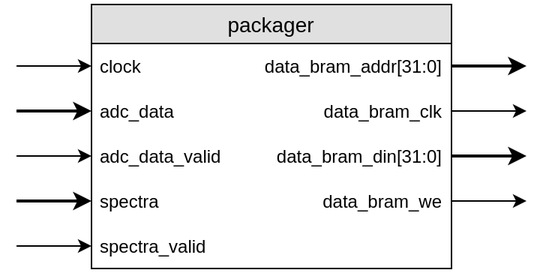
Earlier version of the draw.io export Report/Diploma/images/packager.png (gra98rus/Stand-for-Calorimeter-Crystal). Source tidied: cells renumbered, new cells last; positions are measured from the earlier drawing's top-left corner, leaving out a move shared by most shapes. Source of this version:
```xml
<mxGraphModel>
  <root>
    <mxCell id="0" />
    <mxCell id="1" parent="0" />
    <mxCell id="2" value="packager" style="swimlane;fontStyle=0;horizontal=1;startSize=26;fillColor=#e0e0e0;swimlaneFillColor=#ffffff;align=center;fontSize=14;rounded=0;shadow=0;glass=0;comic=0;strokeColor=#000000;html=0;" parent="1" vertex="1">
      <mxGeometry x="50" width="240" height="176" as="geometry" />
    </mxCell>
    <mxCell id="3" value="data_bram_addr[31:0]" style="shape=partialRectangle;top=0;left=0;right=0;bottom=1;align=right;verticalAlign=middle;fillColor=none;spacingLeft=34;spacingRight=4;overflow=hidden;points=[[0,0.5],[1,0.5]];portConstraint=eastwest;fontStyle=0;fontSize=12;strokeColor=none;fontColor=#000000;" parent="2" vertex="1">
      <mxGeometry y="26" width="240" height="30" as="geometry" />
    </mxCell>
    <mxCell id="4" value="clock" style="shape=partialRectangle;top=0;left=0;bottom=0;fillColor=none;align=left;verticalAlign=middle;spacingLeft=4;spacingRight=4;overflow=hidden;fontSize=12;strokeColor=none;" parent="3" vertex="1">
      <mxGeometry width="70" height="30" as="geometry" />
    </mxCell>
    <mxCell id="5" value="data_bram_clk" style="shape=partialRectangle;top=0;left=0;right=0;bottom=1;align=right;verticalAlign=middle;fillColor=none;spacingLeft=34;spacingRight=4;overflow=hidden;points=[[0,0.5],[1,0.5]];portConstraint=eastwest;fontStyle=0;fontSize=12;strokeColor=none;fontColor=#000000;" parent="2" vertex="1">
      <mxGeometry y="56" width="240" height="30" as="geometry" />
    </mxCell>
    <mxCell id="6" value="adc_data" style="shape=partialRectangle;top=0;left=0;bottom=0;fillColor=none;align=left;verticalAlign=middle;spacingLeft=4;spacingRight=4;overflow=hidden;fontSize=12;strokeColor=none;" parent="5" vertex="1">
      <mxGeometry width="120" height="30" as="geometry" />
    </mxCell>
    <mxCell id="7" value="data_bram_din[31:0]" style="shape=partialRectangle;top=0;left=0;right=0;bottom=1;align=right;verticalAlign=middle;fillColor=none;spacingLeft=34;spacingRight=4;overflow=hidden;points=[[0,0.5],[1,0.5]];portConstraint=eastwest;fontStyle=0;fontSize=12;strokeColor=none;fontColor=#000000;" parent="2" vertex="1">
      <mxGeometry y="86" width="240" height="30" as="geometry" />
    </mxCell>
    <mxCell id="8" value="adc_data_valid " style="shape=partialRectangle;top=0;left=0;bottom=0;fillColor=none;align=left;verticalAlign=middle;spacingLeft=4;spacingRight=4;overflow=hidden;fontSize=12;strokeColor=none;" parent="7" vertex="1">
      <mxGeometry width="120" height="30" as="geometry" />
    </mxCell>
    <mxCell id="9" value="data_bram_we" style="shape=partialRectangle;top=0;left=0;right=0;bottom=1;align=right;verticalAlign=middle;fillColor=none;spacingLeft=34;spacingRight=4;overflow=hidden;points=[[0,0.5],[1,0.5]];portConstraint=eastwest;fontStyle=0;fontSize=12;strokeColor=none;fontColor=#000000;" parent="2" vertex="1">
      <mxGeometry y="116" width="240" height="30" as="geometry" />
    </mxCell>
    <mxCell id="10" value="spectra" style="shape=partialRectangle;top=0;left=0;bottom=0;fillColor=none;align=left;verticalAlign=middle;spacingLeft=4;spacingRight=4;overflow=hidden;fontSize=12;strokeColor=none;" parent="9" vertex="1">
      <mxGeometry width="120" height="30" as="geometry" />
    </mxCell>
    <mxCell id="11" value=" " style="shape=partialRectangle;top=0;left=0;right=0;bottom=1;align=right;verticalAlign=middle;fillColor=none;spacingLeft=34;spacingRight=4;overflow=hidden;points=[[0,0.5],[1,0.5]];portConstraint=eastwest;fontStyle=0;fontSize=12;strokeColor=none;fontColor=#000000;" parent="2" vertex="1">
      <mxGeometry y="146" width="240" height="30" as="geometry" />
    </mxCell>
    <mxCell id="12" value="spectra_valid" style="shape=partialRectangle;top=0;left=0;bottom=0;fillColor=none;align=left;verticalAlign=middle;spacingLeft=4;spacingRight=4;overflow=hidden;fontSize=12;strokeColor=none;" parent="11" vertex="1">
      <mxGeometry width="120" height="30" as="geometry" />
    </mxCell>
    <mxCell id="13" style="edgeStyle=orthogonalEdgeStyle;rounded=0;jettySize=auto;html=1;exitX=1;exitY=0.5;exitDx=0;exitDy=0;strokeWidth=2;" parent="1" edge="1" source="3">
      <mxGeometry relative="1" as="geometry">
        <mxPoint x="340" y="41" as="targetPoint" />
      </mxGeometry>
    </mxCell>
    <mxCell id="14" style="edgeStyle=orthogonalEdgeStyle;rounded=0;jettySize=auto;html=1;exitX=1;exitY=0.5;exitDx=0;exitDy=0;" parent="1" edge="1" source="5">
      <mxGeometry relative="1" as="geometry">
        <mxPoint x="340" y="71" as="targetPoint" />
      </mxGeometry>
    </mxCell>
    <mxCell id="15" style="edgeStyle=orthogonalEdgeStyle;rounded=0;jettySize=auto;html=1;exitX=1;exitY=0.5;exitDx=0;exitDy=0;strokeWidth=2;" parent="1" edge="1" source="7">
      <mxGeometry relative="1" as="geometry">
        <mxPoint x="340" y="101" as="targetPoint" />
      </mxGeometry>
    </mxCell>
    <mxCell id="16" style="edgeStyle=orthogonalEdgeStyle;rounded=0;jettySize=auto;html=1;exitX=1;exitY=0.5;exitDx=0;exitDy=0;" parent="1" edge="1" source="9">
      <mxGeometry relative="1" as="geometry">
        <mxPoint x="340" y="131" as="targetPoint" />
      </mxGeometry>
    </mxCell>
    <mxCell id="17" style="edgeStyle=orthogonalEdgeStyle;rounded=0;jettySize=auto;html=1;exitX=0;exitY=0.5;exitDx=0;exitDy=0;startArrow=classic;startFill=1;endArrow=none;endFill=0;" parent="1" edge="1" source="3">
      <mxGeometry relative="1" as="geometry">
        <mxPoint y="41" as="targetPoint" />
      </mxGeometry>
    </mxCell>
    <mxCell id="18" style="edgeStyle=orthogonalEdgeStyle;rounded=0;jettySize=auto;html=1;exitX=0;exitY=0.5;exitDx=0;exitDy=0;startArrow=classic;startFill=1;endArrow=none;endFill=0;strokeWidth=2;" parent="1" edge="1" source="5">
      <mxGeometry relative="1" as="geometry">
        <mxPoint y="71" as="targetPoint" />
      </mxGeometry>
    </mxCell>
    <mxCell id="19" style="edgeStyle=orthogonalEdgeStyle;rounded=0;jettySize=auto;html=1;exitX=0;exitY=0.5;exitDx=0;exitDy=0;startArrow=classic;startFill=1;endArrow=none;endFill=0;" parent="1" edge="1" source="7">
      <mxGeometry relative="1" as="geometry">
        <mxPoint y="101" as="targetPoint" />
      </mxGeometry>
    </mxCell>
    <mxCell id="20" style="edgeStyle=orthogonalEdgeStyle;rounded=0;jettySize=auto;html=1;exitX=0;exitY=0.5;exitDx=0;exitDy=0;startArrow=classic;startFill=1;endArrow=none;endFill=0;strokeWidth=2;" parent="1" edge="1" source="9">
      <mxGeometry relative="1" as="geometry">
        <mxPoint y="131" as="targetPoint" />
      </mxGeometry>
    </mxCell>
    <mxCell id="21" style="edgeStyle=orthogonalEdgeStyle;rounded=0;jettySize=auto;html=1;exitX=0;exitY=0.5;exitDx=0;exitDy=0;startArrow=classic;startFill=1;endArrow=none;endFill=0;strokeWidth=1;" parent="1" edge="1" source="11">
      <mxGeometry relative="1" as="geometry">
        <mxPoint y="161" as="targetPoint" />
      </mxGeometry>
    </mxCell>
  </root>
</mxGraphModel>
```
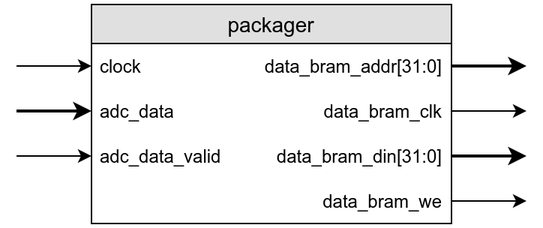
The same diagram one commit later.

What changed in the source:
```diff
@@ -3,7 +3,7 @@
     <mxCell id="0" />
     <mxCell id="1" parent="0" />
     <mxCell id="2" value="packager" style="swimlane;fontStyle=0;horizontal=1;startSize=26;fillColor=#e0e0e0;swimlaneFillColor=#ffffff;align=center;fontSize=14;rounded=0;shadow=0;glass=0;comic=0;strokeColor=#000000;html=0;" parent="1" vertex="1">
-      <mxGeometry x="50" width="240" height="176" as="geometry" />
+      <mxGeometry x="50" width="240" height="146" as="geometry" />
     </mxCell>
     <mxCell id="3" value="data_bram_addr[31:0]" style="shape=partialRectangle;top=0;left=0;right=0;bottom=1;align=right;verticalAlign=middle;fillColor=none;spacingLeft=34;spacingRight=4;overflow=hidden;points=[[0,0.5],[1,0.5]];portConstraint=eastwest;fontStyle=0;fontSize=12;strokeColor=none;fontColor=#000000;" parent="2" vertex="1">
       <mxGeometry y="26" width="240" height="30" as="geometry" />
@@ -26,15 +26,9 @@
     <mxCell id="9" value="data_bram_we" style="shape=partialRectangle;top=0;left=0;right=0;bottom=1;align=right;verticalAlign=middle;fillColor=none;spacingLeft=34;spacingRight=4;overflow=hidden;points=[[0,0.5],[1,0.5]];portConstraint=eastwest;fontStyle=0;fontSize=12;strokeColor=none;fontColor=#000000;" parent="2" vertex="1">
       <mxGeometry y="116" width="240" height="30" as="geometry" />
     </mxCell>
-    <mxCell id="10" value="spectra" style="shape=partialRectangle;top=0;left=0;bottom=0;fillColor=none;align=left;verticalAlign=middle;spacingLeft=4;spacingRight=4;overflow=hidden;fontSize=12;strokeColor=none;" parent="9" vertex="1">
+    <mxCell id="10" value=" " style="shape=partialRectangle;top=0;left=0;bottom=0;fillColor=none;align=left;verticalAlign=middle;spacingLeft=4;spacingRight=4;overflow=hidden;fontSize=12;strokeColor=none;" parent="9" vertex="1">
       <mxGeometry width="120" height="30" as="geometry" />
     </mxCell>
-    <mxCell id="11" value=" " style="shape=partialRectangle;top=0;left=0;right=0;bottom=1;align=right;verticalAlign=middle;fillColor=none;spacingLeft=34;spacingRight=4;overflow=hidden;points=[[0,0.5],[1,0.5]];portConstraint=eastwest;fontStyle=0;fontSize=12;strokeColor=none;fontColor=#000000;" parent="2" vertex="1">
-      <mxGeometry y="146" width="240" height="30" as="geometry" />
-    </mxCell>
-    <mxCell id="12" value="spectra_valid" style="shape=partialRectangle;top=0;left=0;bottom=0;fillColor=none;align=left;verticalAlign=middle;spacingLeft=4;spacingRight=4;overflow=hidden;fontSize=12;strokeColor=none;" parent="11" vertex="1">
-      <mxGeometry width="120" height="30" as="geometry" />
-    </mxCell>
     <mxCell id="13" style="edgeStyle=orthogonalEdgeStyle;rounded=0;jettySize=auto;html=1;exitX=1;exitY=0.5;exitDx=0;exitDy=0;strokeWidth=2;" parent="1" edge="1" source="3">
       <mxGeometry relative="1" as="geometry">
         <mxPoint x="340" y="41" as="targetPoint" />
@@ -70,15 +64,5 @@
         <mxPoint y="101" as="targetPoint" />
       </mxGeometry>
     </mxCell>
-    <mxCell id="20" style="edgeStyle=orthogonalEdgeStyle;rounded=0;jettySize=auto;html=1;exitX=0;exitY=0.5;exitDx=0;exitDy=0;startArrow=classic;startFill=1;endArrow=none;endFill=0;strokeWidth=2;" parent="1" edge="1" source="9">
-      <mxGeometry relative="1" as="geometry">
-        <mxPoint y="131" as="targetPoint" />
-      </mxGeometry>
-    </mxCell>
-    <mxCell id="21" style="edgeStyle=orthogonalEdgeStyle;rounded=0;jettySize=auto;html=1;exitX=0;exitY=0.5;exitDx=0;exitDy=0;startArrow=classic;startFill=1;endArrow=none;endFill=0;strokeWidth=1;" parent="1" edge="1" source="11">
-      <mxGeometry relative="1" as="geometry">
-        <mxPoint y="161" as="targetPoint" />
-      </mxGeometry>
-    </mxCell>
   </root>
 </mxGraphModel>
```
